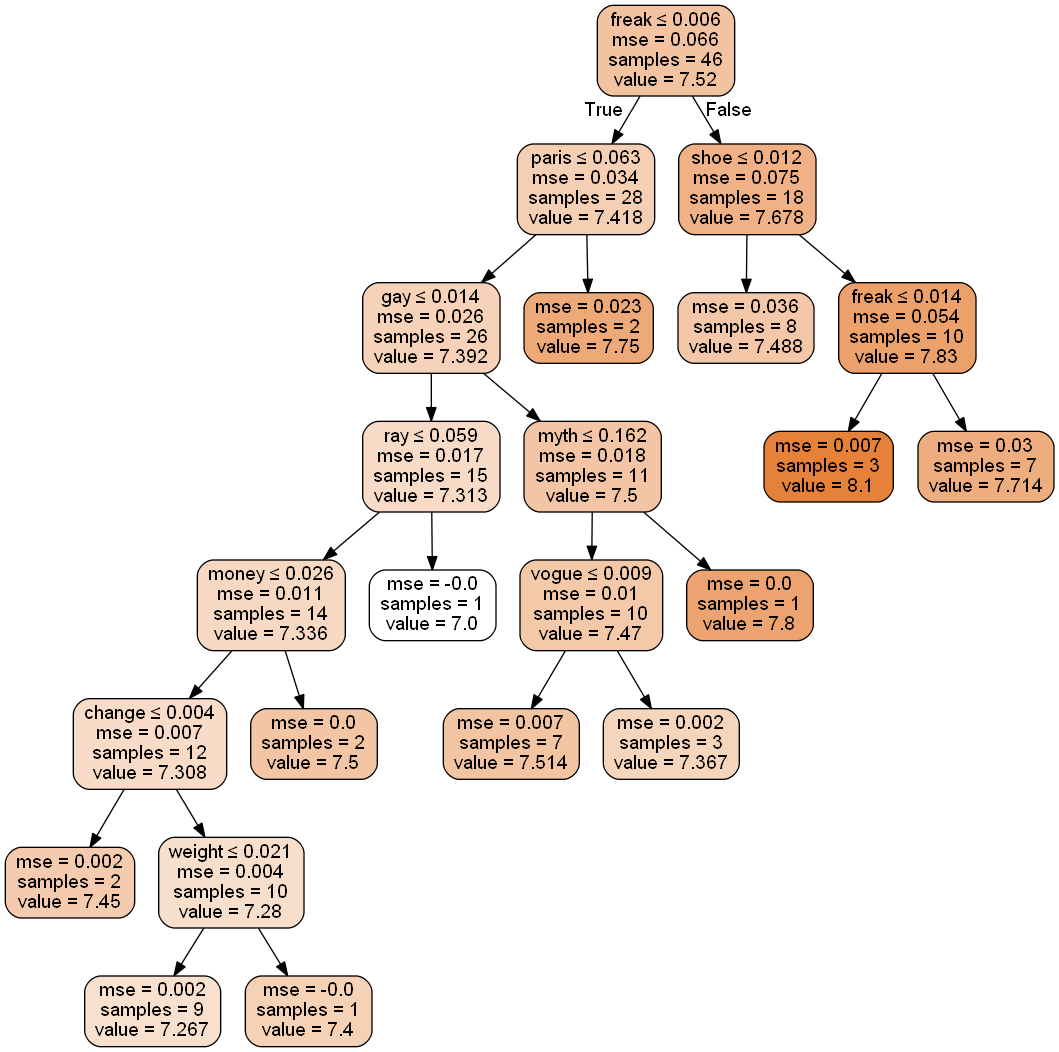
The Graphviz diagram Source.gv.png in ranilovi/SATC_rating_prediction, before a commit. Its source is kept beside it as Source.gv.
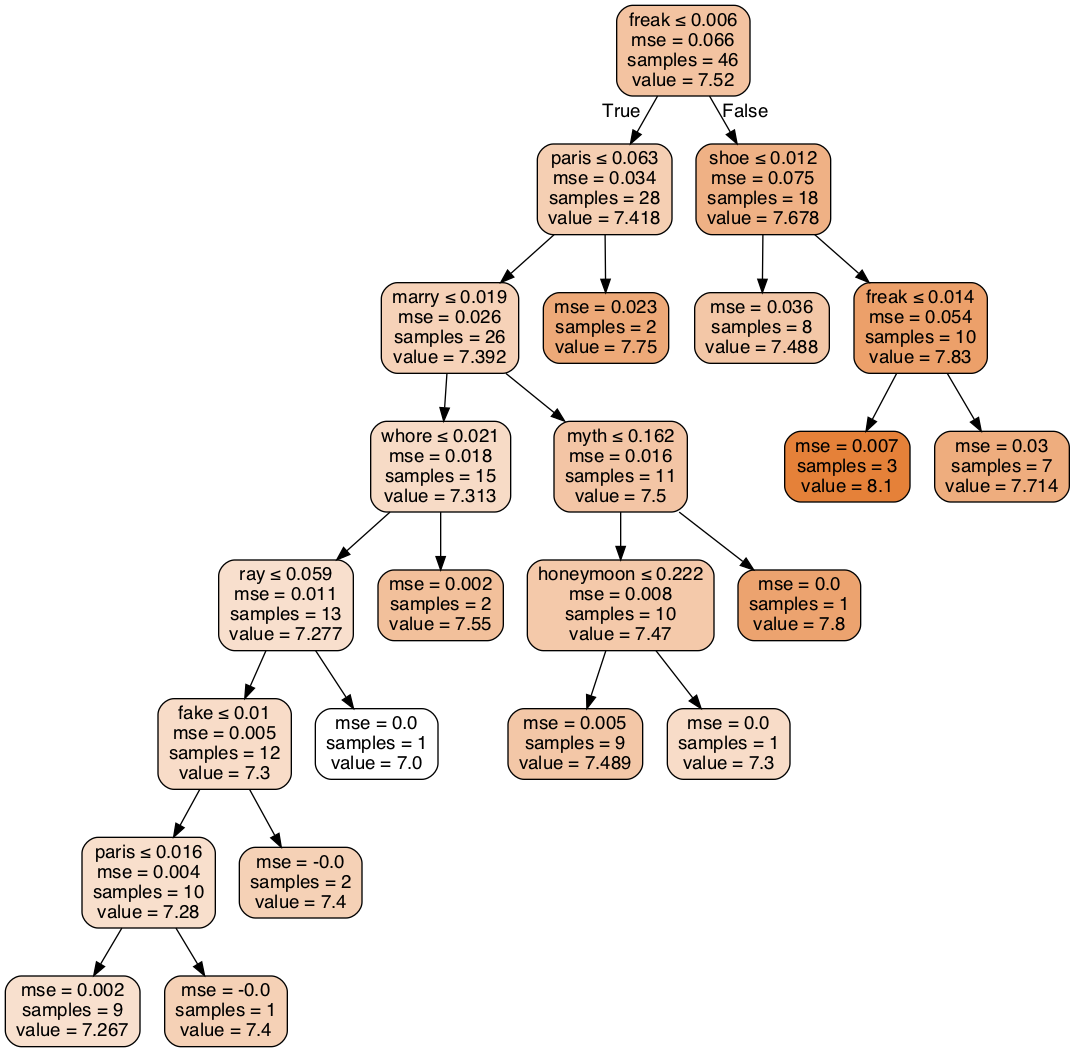
The same diagram one commit later.

Diff of the diagram source:
```diff
@@ -4,33 +4,33 @@
 0 [label=<freak &le; 0.006<br/>mse = 0.066<br/>samples = 46<br/>value = 7.52>, fillcolor="#e5813978"] ;
 1 [label=<paris &le; 0.063<br/>mse = 0.034<br/>samples = 28<br/>value = 7.418>, fillcolor="#e5813961"] ;
 0 -> 1 [labeldistance=2.5, labelangle=45, headlabel="True"] ;
-2 [label=<gay &le; 0.014<br/>mse = 0.026<br/>samples = 26<br/>value = 7.392>, fillcolor="#e581395b"] ;
+2 [label=<marry &le; 0.019<br/>mse = 0.026<br/>samples = 26<br/>value = 7.392>, fillcolor="#e581395b"] ;
 1 -> 2 ;
-3 [label=<ray &le; 0.059<br/>mse = 0.017<br/>samples = 15<br/>value = 7.313>, fillcolor="#e5813949"] ;
+3 [label=<whore &le; 0.021<br/>mse = 0.018<br/>samples = 15<br/>value = 7.313>, fillcolor="#e5813949"] ;
 2 -> 3 ;
-4 [label=<money &le; 0.026<br/>mse = 0.011<br/>samples = 14<br/>value = 7.336>, fillcolor="#e581394e"] ;
+4 [label=<ray &le; 0.059<br/>mse = 0.011<br/>samples = 13<br/>value = 7.277>, fillcolor="#e5813940"] ;
 3 -> 4 ;
-5 [label=<change &le; 0.004<br/>mse = 0.007<br/>samples = 12<br/>value = 7.308>, fillcolor="#e5813947"] ;
+5 [label=<fake &le; 0.01<br/>mse = 0.005<br/>samples = 12<br/>value = 7.3>, fillcolor="#e5813946"] ;
 4 -> 5 ;
-6 [label=<mse = 0.002<br/>samples = 2<br/>value = 7.45>, fillcolor="#e5813968"] ;
+6 [label=<paris &le; 0.016<br/>mse = 0.004<br/>samples = 10<br/>value = 7.28>, fillcolor="#e5813941"] ;
 5 -> 6 ;
-7 [label=<weight &le; 0.021<br/>mse = 0.004<br/>samples = 10<br/>value = 7.28>, fillcolor="#e5813941"] ;
-5 -> 7 ;
-8 [label=<mse = 0.002<br/>samples = 9<br/>value = 7.267>, fillcolor="#e581393e"] ;
-7 -> 8 ;
-9 [label=<mse = -0.0<br/>samples = 1<br/>value = 7.4>, fillcolor="#e581395d"] ;
-7 -> 9 ;
-10 [label=<mse = 0.0<br/>samples = 2<br/>value = 7.5>, fillcolor="#e5813974"] ;
+7 [label=<mse = 0.002<br/>samples = 9<br/>value = 7.267>, fillcolor="#e581393e"] ;
+6 -> 7 ;
+8 [label=<mse = -0.0<br/>samples = 1<br/>value = 7.4>, fillcolor="#e581395d"] ;
+6 -> 8 ;
+9 [label=<mse = -0.0<br/>samples = 2<br/>value = 7.4>, fillcolor="#e581395d"] ;
+5 -> 9 ;
+10 [label=<mse = 0.0<br/>samples = 1<br/>value = 7.0>, fillcolor="#e5813900"] ;
 4 -> 10 ;
-11 [label=<mse = -0.0<br/>samples = 1<br/>value = 7.0>, fillcolor="#e5813900"] ;
+11 [label=<mse = 0.002<br/>samples = 2<br/>value = 7.55>, fillcolor="#e5813980"] ;
 3 -> 11 ;
-12 [label=<myth &le; 0.162<br/>mse = 0.018<br/>samples = 11<br/>value = 7.5>, fillcolor="#e5813974"] ;
+12 [label=<myth &le; 0.162<br/>mse = 0.016<br/>samples = 11<br/>value = 7.5>, fillcolor="#e5813974"] ;
 2 -> 12 ;
-13 [label=<vogue &le; 0.009<br/>mse = 0.01<br/>samples = 10<br/>value = 7.47>, fillcolor="#e581396d"] ;
+13 [label=<honeymoon &le; 0.222<br/>mse = 0.008<br/>samples = 10<br/>value = 7.47>, fillcolor="#e581396d"] ;
 12 -> 13 ;
-14 [label=<mse = 0.007<br/>samples = 7<br/>value = 7.514>, fillcolor="#e5813977"] ;
+14 [label=<mse = 0.005<br/>samples = 9<br/>value = 7.489>, fillcolor="#e5813971"] ;
 13 -> 14 ;
-15 [label=<mse = 0.002<br/>samples = 3<br/>value = 7.367>, fillcolor="#e5813955"] ;
+15 [label=<mse = 0.0<br/>samples = 1<br/>value = 7.3>, fillcolor="#e5813946"] ;
 13 -> 15 ;
 16 [label=<mse = 0.0<br/>samples = 1<br/>value = 7.8>, fillcolor="#e58139b9"] ;
 12 -> 16 ;
```
